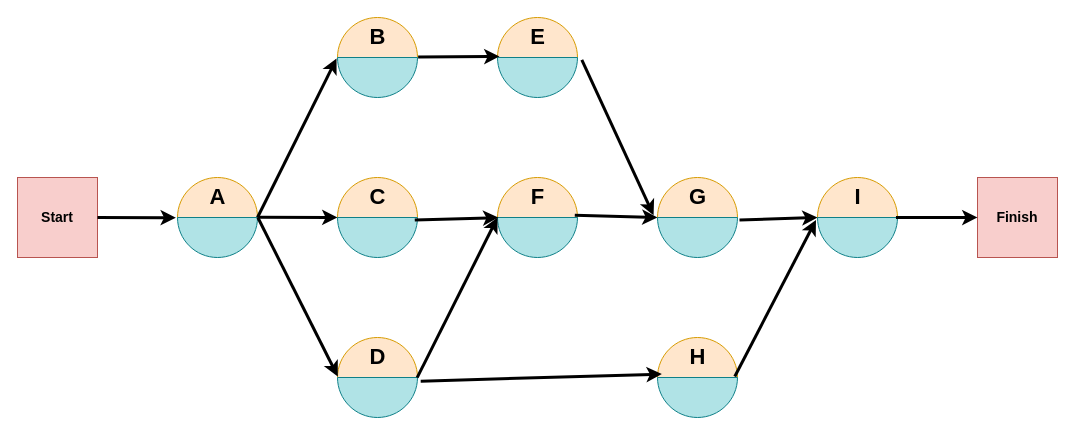
Earlier version of the draw.io diagram Question 6.drawio (melmirasol/Case-Problem-6.2). Source tidied: cells renumbered, new cells numbered last; positions are measured from the earlier drawing's top-left corner, leaving out a move shared by most shapes. Both pictures are drawn from the tidied source at 100%, with x=0, y=0 at pixel (17, 17).
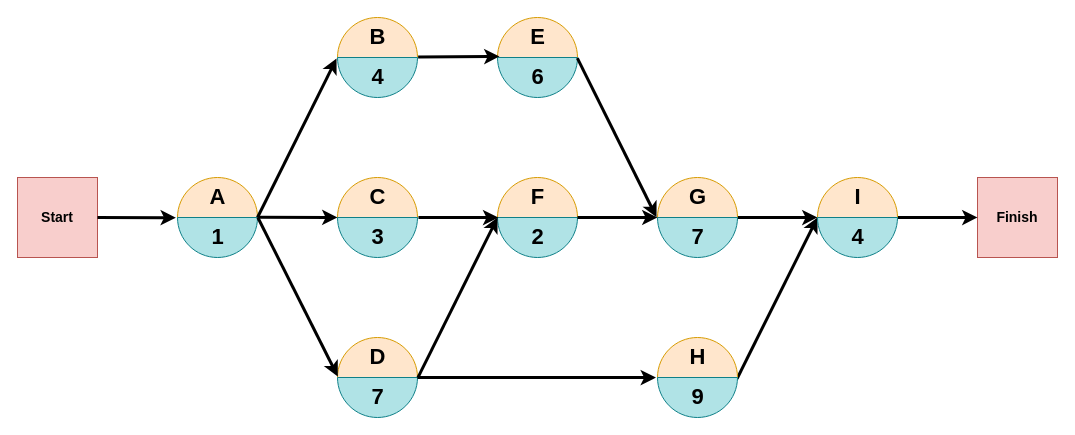
Above is the later version.

The change refers to these unchanged cells:
```xml
<mxCell id="2" style="group;fontSize=22;fontStyle=1;" parent="1" vertex="1">
  <mxGeometry x="160" y="160" width="80" height="80" as="geometry" />
</mxCell>
<mxCell id="5" style="group;fontSize=22;fontStyle=1;" parent="1" vertex="1">
  <mxGeometry x="320" width="80" height="80" as="geometry" />
</mxCell>
<mxCell id="8" style="group;fontSize=22;fontStyle=1;" parent="1" vertex="1">
  <mxGeometry x="320" y="160" width="80" height="80" as="geometry" />
</mxCell>
<mxCell id="11" style="group;fontSize=22;fontStyle=1;" parent="1" vertex="1">
  <mxGeometry x="320" y="320" width="80" height="80" as="geometry" />
</mxCell>
<mxCell id="12" value="D" style="verticalLabelPosition=middle;verticalAlign=middle;html=1;shape=mxgraph.basic.half_circle;direction=west;labelPosition=center;align=center;fillColor=#ffe6cc;strokeColor=#d79b00;fontSize=22;fontStyle=1;" parent="11" vertex="1">
  <mxGeometry width="80" height="40" as="geometry" />
</mxCell>
<mxCell id="14" style="group;fontSize=22;fontStyle=1;" parent="1" vertex="1">
  <mxGeometry x="480" width="80" height="80" as="geometry" />
</mxCell>
<mxCell id="17" style="group;fontSize=22;fontStyle=1;" parent="1" vertex="1">
  <mxGeometry x="480" y="160" width="80" height="80" as="geometry" />
</mxCell>
<mxCell id="18" value="F" style="verticalLabelPosition=middle;verticalAlign=middle;html=1;shape=mxgraph.basic.half_circle;direction=west;labelPosition=center;align=center;fillColor=#ffe6cc;strokeColor=#d79b00;fontSize=22;fontStyle=1;" parent="17" vertex="1">
  <mxGeometry width="80" height="40" as="geometry" />
</mxCell>
<mxCell id="26" style="group;fontSize=22;fontStyle=1;" parent="1" vertex="1">
  <mxGeometry x="640" y="160" width="80" height="80" as="geometry" />
</mxCell>
<mxCell id="27" value="G" style="verticalLabelPosition=middle;verticalAlign=middle;html=1;shape=mxgraph.basic.half_circle;direction=west;labelPosition=center;align=center;fillColor=#ffe6cc;strokeColor=#d79b00;fontSize=22;fontStyle=1;" parent="26" vertex="1">
  <mxGeometry width="80" height="40" as="geometry" />
</mxCell>
```

Change to the diagram source:
```diff
@@
-    <mxCell id="4" style="verticalLabelPosition=middle;verticalAlign=middle;html=1;shape=mxgraph.basic.half_circle;direction=east;labelPosition=center;align=center;fillColor=#b0e3e6;strokeColor=#0e8088;fontSize=22;fontStyle=1;" parent="2" vertex="1">
+    <mxCell id="4" value="1" style="verticalLabelPosition=middle;verticalAlign=middle;html=1;shape=mxgraph.basic.half_circle;direction=east;labelPosition=center;align=center;fillColor=#b0e3e6;strokeColor=#0e8088;fontSize=22;fontStyle=1;" parent="2" vertex="1">
       <mxGeometry y="40" width="80" height="40" as="geometry" />
     </mxCell>
@@
-    <mxCell id="7" style="verticalLabelPosition=middle;verticalAlign=middle;html=1;shape=mxgraph.basic.half_circle;direction=east;labelPosition=center;align=center;fillColor=#b0e3e6;strokeColor=#0e8088;fontSize=22;fontStyle=1;" parent="5" vertex="1">
+    <mxCell id="7" value="4" style="verticalLabelPosition=middle;verticalAlign=middle;html=1;shape=mxgraph.basic.half_circle;direction=east;labelPosition=center;align=center;fillColor=#b0e3e6;strokeColor=#0e8088;fontSize=22;fontStyle=1;" parent="5" vertex="1">
       <mxGeometry y="40" width="80" height="40" as="geometry" />
     </mxCell>
@@
-    <mxCell id="10" style="verticalLabelPosition=middle;verticalAlign=middle;html=1;shape=mxgraph.basic.half_circle;direction=east;labelPosition=center;align=center;fillColor=#b0e3e6;strokeColor=#0e8088;fontSize=22;fontStyle=1;" parent="8" vertex="1">
+    <mxCell id="10" value="3" style="verticalLabelPosition=middle;verticalAlign=middle;html=1;shape=mxgraph.basic.half_circle;direction=east;labelPosition=center;align=center;fillColor=#b0e3e6;strokeColor=#0e8088;fontSize=22;fontStyle=1;" parent="8" vertex="1">
       <mxGeometry y="40" width="80" height="40" as="geometry" />
     </mxCell>
@@
-    <mxCell id="13" style="verticalLabelPosition=middle;verticalAlign=middle;html=1;shape=mxgraph.basic.half_circle;direction=east;labelPosition=center;align=center;fillColor=#b0e3e6;strokeColor=#0e8088;fontSize=22;fontStyle=1;" parent="11" vertex="1">
+    <mxCell id="13" value="7" style="verticalLabelPosition=middle;verticalAlign=middle;html=1;shape=mxgraph.basic.half_circle;direction=east;labelPosition=center;align=center;fillColor=#b0e3e6;strokeColor=#0e8088;fontSize=22;fontStyle=1;" parent="11" vertex="1">
       <mxGeometry y="40" width="80" height="40" as="geometry" />
     </mxCell>
@@
-    <mxCell id="16" style="verticalLabelPosition=middle;verticalAlign=middle;html=1;shape=mxgraph.basic.half_circle;direction=east;labelPosition=center;align=center;fillColor=#b0e3e6;strokeColor=#0e8088;fontSize=22;fontStyle=1;" parent="14" vertex="1">
+    <mxCell id="16" value="6" style="verticalLabelPosition=middle;verticalAlign=middle;html=1;shape=mxgraph.basic.half_circle;direction=east;labelPosition=center;align=center;fillColor=#b0e3e6;strokeColor=#0e8088;fontSize=22;fontStyle=1;" parent="14" vertex="1">
       <mxGeometry y="40" width="80" height="40" as="geometry" />
     </mxCell>
@@
-    <mxCell id="19" style="verticalLabelPosition=middle;verticalAlign=middle;html=1;shape=mxgraph.basic.half_circle;direction=east;labelPosition=center;align=center;fillColor=#b0e3e6;strokeColor=#0e8088;fontSize=22;fontStyle=1;" parent="17" vertex="1">
+    <mxCell id="19" value="2" style="verticalLabelPosition=middle;verticalAlign=middle;html=1;shape=mxgraph.basic.half_circle;direction=east;labelPosition=center;align=center;fillColor=#b0e3e6;strokeColor=#0e8088;fontSize=22;fontStyle=1;" parent="17" vertex="1">
       <mxGeometry y="40" width="80" height="40" as="geometry" />
     </mxCell>
-    <mxCell id="20" style="group;fontSize=22;fontStyle=1;" parent="1" vertex="1">
-      <mxGeometry x="640" y="320" width="80" height="80" as="geometry" />
-    </mxCell>
-    <mxCell id="21" value="H" style="verticalLabelPosition=middle;verticalAlign=middle;html=1;shape=mxgraph.basic.half_circle;direction=west;labelPosition=center;align=center;fillColor=#ffe6cc;strokeColor=#d79b00;fontSize=22;fontStyle=1;" parent="20" vertex="1">
-      <mxGeometry width="80" height="40" as="geometry" />
-    </mxCell>
-    <mxCell id="22" style="verticalLabelPosition=middle;verticalAlign=middle;html=1;shape=mxgraph.basic.half_circle;direction=east;labelPosition=center;align=center;fillColor=#b0e3e6;strokeColor=#0e8088;fontSize=22;fontStyle=1;" parent="20" vertex="1">
-      <mxGeometry y="40" width="80" height="40" as="geometry" />
-    </mxCell>
-    <mxCell id="23" style="group;fontSize=22;fontStyle=1;" parent="1" vertex="1">
-      <mxGeometry x="800" y="160" width="80" height="80" as="geometry" />
-    </mxCell>
-    <mxCell id="24" value="I" style="verticalLabelPosition=middle;verticalAlign=middle;html=1;shape=mxgraph.basic.half_circle;direction=west;labelPosition=center;align=center;fillColor=#ffe6cc;strokeColor=#d79b00;fontSize=22;fontStyle=1;" parent="23" vertex="1">
-      <mxGeometry width="80" height="40" as="geometry" />
-    </mxCell>
-    <mxCell id="25" style="verticalLabelPosition=middle;verticalAlign=middle;html=1;shape=mxgraph.basic.half_circle;direction=east;labelPosition=center;align=center;fillColor=#b0e3e6;strokeColor=#0e8088;fontSize=22;fontStyle=1;" parent="23" vertex="1">
-      <mxGeometry y="40" width="80" height="40" as="geometry" />
-    </mxCell>
@@
-    <mxCell id="28" style="verticalLabelPosition=middle;verticalAlign=middle;html=1;shape=mxgraph.basic.half_circle;direction=east;labelPosition=center;align=center;fillColor=#b0e3e6;strokeColor=#0e8088;fontSize=22;fontStyle=1;" parent="26" vertex="1">
+    <mxCell id="28" value="7" style="verticalLabelPosition=middle;verticalAlign=middle;html=1;shape=mxgraph.basic.half_circle;direction=east;labelPosition=center;align=center;fillColor=#b0e3e6;strokeColor=#0e8088;fontSize=22;fontStyle=1;" parent="26" vertex="1">
       <mxGeometry y="40" width="80" height="40" as="geometry" />
     </mxCell>
@@
-    <mxCell id="36" style="rounded=0;jettySize=auto;html=1;exitX=0.966;exitY=0.062;exitDx=0;exitDy=0;entryX=0.99;entryY=-0.003;entryDx=0;entryDy=0;entryPerimeter=0;exitPerimeter=0;strokeWidth=3;" parent="1" edge="1" source="10" target="18">
+    <mxCell id="36" style="rounded=0;jettySize=auto;html=1;entryX=0.99;entryY=-0.003;entryDx=0;entryDy=0;entryPerimeter=0;strokeWidth=3;exitX=1.012;exitY=0.003;exitDx=0;exitDy=0;exitPerimeter=0;" parent="1" edge="1" source="10" target="18">
       <mxGeometry relative="1" as="geometry" />
     </mxCell>
-    <mxCell id="37" style="rounded=0;jettySize=auto;html=1;exitX=0.004;exitY=-0.003;exitDx=0;exitDy=0;exitPerimeter=0;strokeWidth=3;" parent="1" edge="1" source="12">
+    <mxCell id="37" style="rounded=0;jettySize=auto;html=1;strokeWidth=3;exitX=1.005;exitY=0.003;exitDx=0;exitDy=0;exitPerimeter=0;" parent="1" edge="1" source="13">
       <mxGeometry relative="1" as="geometry">
         <mxPoint x="480" y="200" as="targetPoint" />
       </mxGeometry>
     </mxCell>
-    <mxCell id="38" style="rounded=0;jettySize=auto;html=1;exitX=1.054;exitY=0.062;exitDx=0;exitDy=0;entryX=-0.049;entryY=-0.056;entryDx=0;entryDy=0;entryPerimeter=0;exitPerimeter=0;strokeWidth=3;" parent="1" edge="1" source="16" target="28">
+    <mxCell id="38" style="rounded=0;jettySize=auto;html=1;exitX=0.998;exitY=0.017;exitDx=0;exitDy=0;exitPerimeter=0;strokeWidth=3;entryX=1.012;entryY=0.004;entryDx=0;entryDy=0;entryPerimeter=0;" parent="1" edge="1" source="16" target="27">
       <mxGeometry relative="1" as="geometry" />
     </mxCell>
-    <mxCell id="39" style="rounded=0;jettySize=auto;html=1;exitX=0.966;exitY=-0.056;exitDx=0;exitDy=0;exitPerimeter=0;strokeWidth=3;" parent="1" edge="1" source="19">
+    <mxCell id="39" style="rounded=0;jettySize=auto;html=1;strokeWidth=3;exitX=1;exitY=0;exitDx=0;exitDy=0;exitPerimeter=0;" parent="1" edge="1" source="19">
       <mxGeometry relative="1" as="geometry">
         <mxPoint x="640" y="200" as="targetPoint" />
       </mxGeometry>
     </mxCell>
-    <mxCell id="40" style="rounded=0;jettySize=auto;html=1;exitX=1.04;exitY=0.091;exitDx=0;exitDy=0;entryX=0.946;entryY=0.085;entryDx=0;entryDy=0;entryPerimeter=0;exitPerimeter=0;strokeWidth=3;" parent="1" edge="1" source="13" target="21">
-      <mxGeometry relative="1" as="geometry" />
+    <mxCell id="40" style="rounded=0;jettySize=auto;html=1;strokeWidth=3;entryX=-0.019;entryY=0.003;entryDx=0;entryDy=0;entryPerimeter=0;" parent="1" edge="1" target="22">
+      <mxGeometry relative="1" as="geometry">
+        <mxPoint x="400" y="360" as="sourcePoint" />
+      </mxGeometry>
     </mxCell>
-    <mxCell id="41" style="rounded=0;jettySize=auto;html=1;exitX=1.025;exitY=0.062;exitDx=0;exitDy=0;exitPerimeter=0;entryX=0;entryY=0;entryDx=0;entryDy=0;entryPerimeter=0;strokeWidth=3;" parent="1" edge="1" source="28" target="25">
+    <mxCell id="41" style="rounded=0;jettySize=auto;html=1;entryX=0;entryY=0;entryDx=0;entryDy=0;entryPerimeter=0;strokeWidth=3;exitX=1.005;exitY=0.003;exitDx=0;exitDy=0;exitPerimeter=0;" parent="1" edge="1" source="28" target="25">
       <mxGeometry relative="1" as="geometry" />
     </mxCell>
-    <mxCell id="42" style="rounded=0;jettySize=auto;html=1;exitX=0.034;exitY=0.026;exitDx=0;exitDy=0;entryX=-0.019;entryY=0.062;entryDx=0;entryDy=0;entryPerimeter=0;exitPerimeter=0;strokeWidth=3;" parent="1" edge="1" source="21" target="25">
-      <mxGeometry relative="1" as="geometry" />
+    <mxCell id="42" style="rounded=0;jettySize=auto;html=1;strokeWidth=3;exitX=0.994;exitY=0.031;exitDx=0;exitDy=0;exitPerimeter=0;" parent="1" edge="1" source="22">
+      <mxGeometry relative="1" as="geometry">
+        <mxPoint x="800" y="200" as="targetPoint" />
+      </mxGeometry>
     </mxCell>
@@
+    <mxCell id="20" style="group;fontSize=22;fontStyle=1;" parent="1" vertex="1">
+      <mxGeometry x="640" y="320" width="80" height="80" as="geometry" />
+    </mxCell>
+    <mxCell id="21" value="H" style="verticalLabelPosition=middle;verticalAlign=middle;html=1;shape=mxgraph.basic.half_circle;direction=west;labelPosition=center;align=center;fillColor=#ffe6cc;strokeColor=#d79b00;fontSize=22;fontStyle=1;" parent="20" vertex="1">
+      <mxGeometry width="80" height="40" as="geometry" />
+    </mxCell>
+    <mxCell id="22" value="9" style="verticalLabelPosition=middle;verticalAlign=middle;html=1;shape=mxgraph.basic.half_circle;direction=east;labelPosition=center;align=center;fillColor=#b0e3e6;strokeColor=#0e8088;fontSize=22;fontStyle=1;" parent="20" vertex="1">
+      <mxGeometry y="40" width="80" height="40" as="geometry" />
+    </mxCell>
+    <mxCell id="23" style="group;fontSize=22;fontStyle=1;" parent="1" vertex="1">
+      <mxGeometry x="800" y="160" width="80" height="80" as="geometry" />
+    </mxCell>
+    <mxCell id="24" value="I" style="verticalLabelPosition=middle;verticalAlign=middle;html=1;shape=mxgraph.basic.half_circle;direction=west;labelPosition=center;align=center;fillColor=#ffe6cc;strokeColor=#d79b00;fontSize=22;fontStyle=1;" parent="23" vertex="1">
+      <mxGeometry width="80" height="40" as="geometry" />
+    </mxCell>
+    <mxCell id="25" value="4" style="verticalLabelPosition=middle;verticalAlign=middle;html=1;shape=mxgraph.basic.half_circle;direction=east;labelPosition=center;align=center;fillColor=#b0e3e6;strokeColor=#0e8088;fontSize=22;fontStyle=1;" parent="23" vertex="1">
+      <mxGeometry y="40" width="80" height="40" as="geometry" />
+    </mxCell>
```
